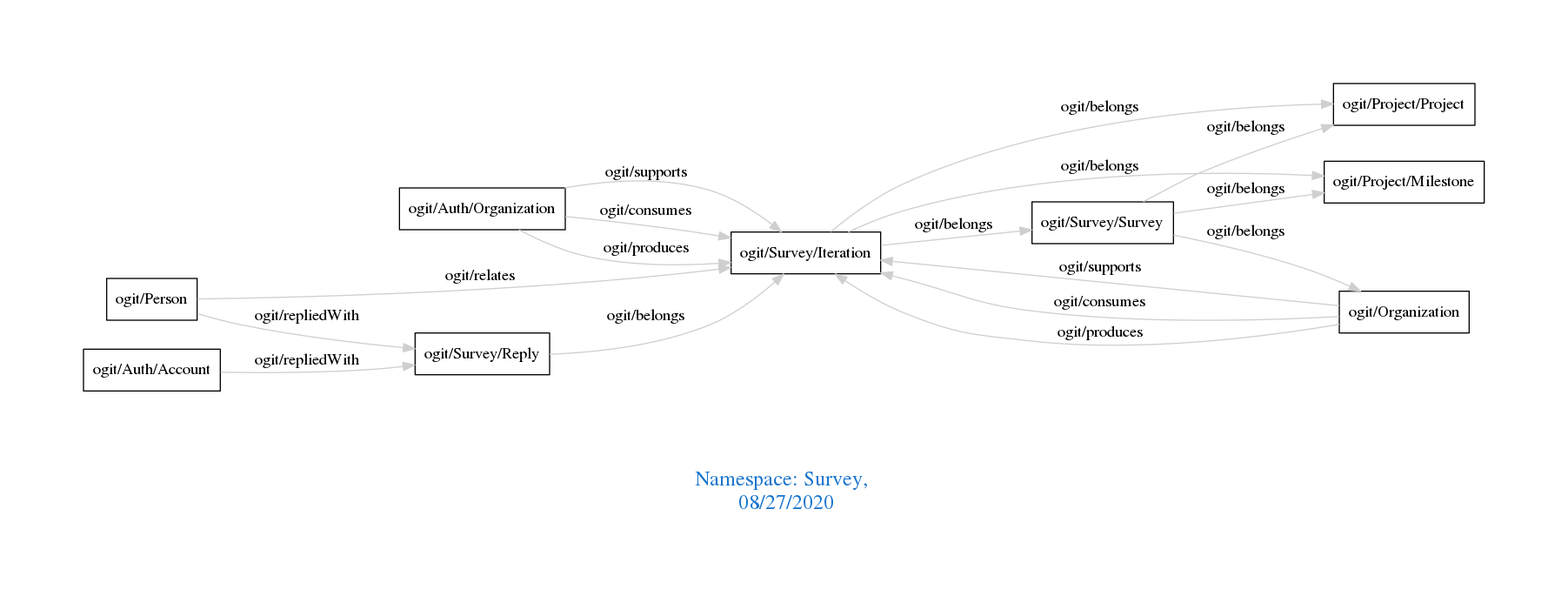
Before: downloads/Survey.png, a diagram exported from Graphviz (arago/OGIT). Its source is kept beside it as downloads/Survey.dot.
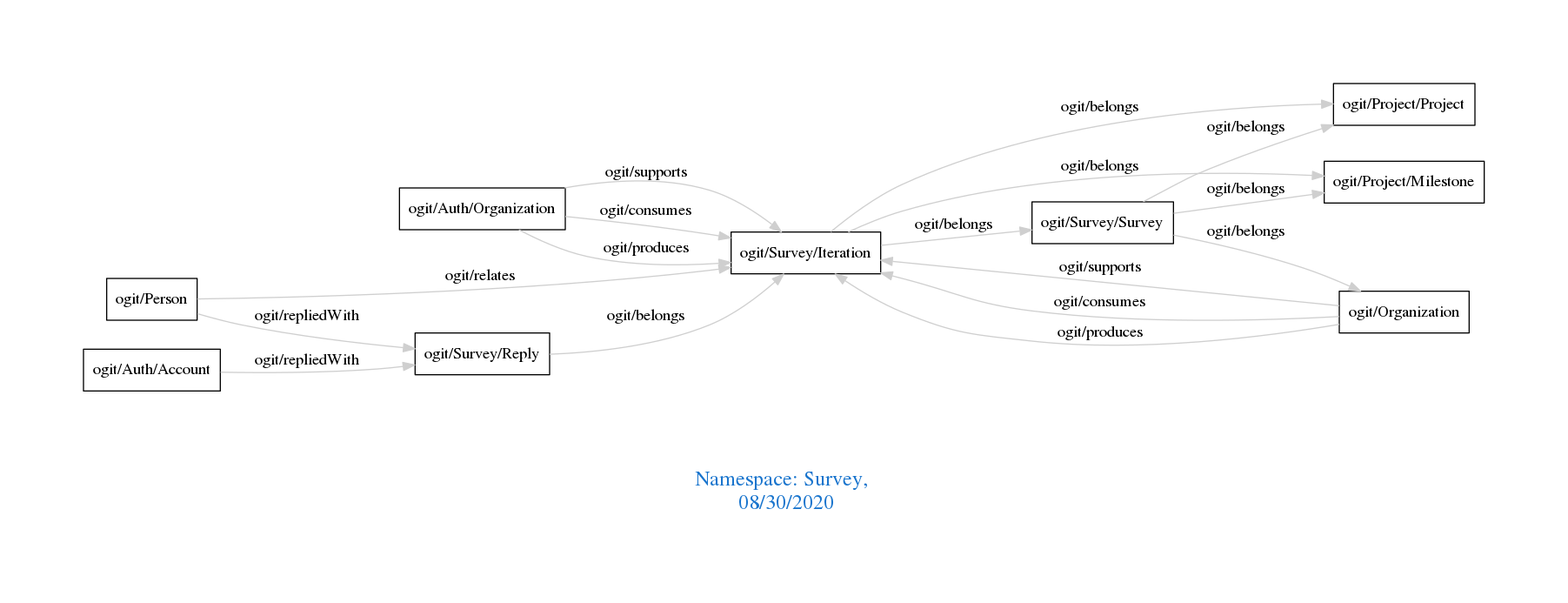
The same diagram one commit later.

Diff of the diagram source:
```diff
@@ -1,7 +1,7 @@
 digraph OGIT_ontology {
  graph [ rankdir= LR,pad=1
 fontsize = 18,
-fontcolor= dodgerblue3,label = "\n\n\nNamespace: Survey, \n 08/27/2020"];
+fontcolor= dodgerblue3,label = "\n\n\nNamespace: Survey, \n 08/30/2020"];
 node[shape=polygon];
 edge [  color="gray81"];
 
```
